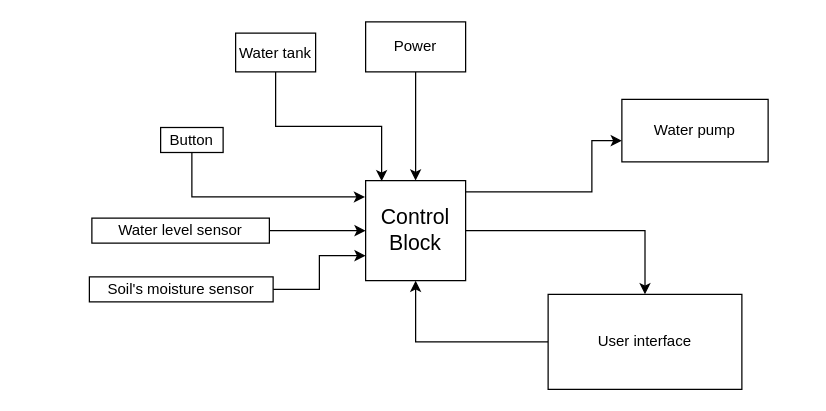
Earlier version of the draw.io diagram Untitled Diagram.drawio (anhkhangluu/test-project). Source tidied: cells renumbered, new cells numbered last; positions are measured from the earlier drawing's top-left corner, leaving out a move shared by most shapes. Both pictures are drawn from the tidied source at 125%, with x=0, y=0 at pixel (89, 21). Pictures stored in the file or linked from it are replaced by grey dashed boxes.
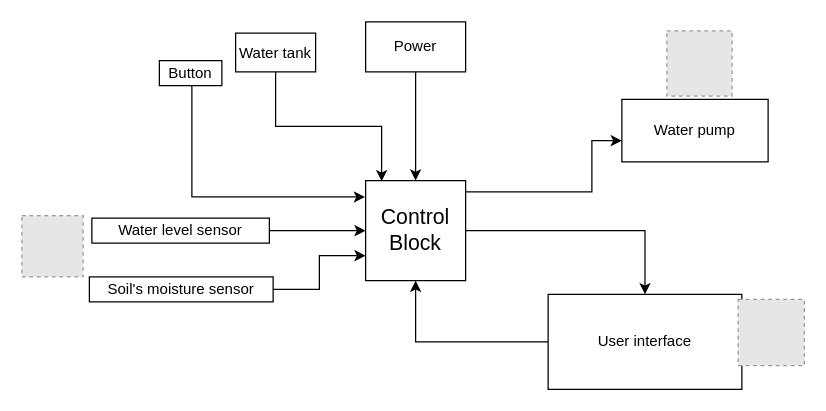
After the change.

Diff of the diagram source:
```diff
@@
     <mxCell id="6" value="Button" style="rounded=0;whiteSpace=wrap;html=1;" parent="1" vertex="1">
-      <mxGeometry x="57" y="84.5" width="50" height="20" as="geometry" />
+      <mxGeometry x="56" y="31" width="50" height="20" as="geometry" />
     </mxCell>
@@
+    <mxCell id="18" style="fillColor=#E6E6E6;strokeColor=#999999;dashed=1;verticalLabelPosition=bottom;labelBackgroundColor=#ffffff;verticalAlign=top;" parent="1" vertex="1">
+      <mxGeometry x="-54" y="155" width="49" height="49" as="geometry" />
+    </mxCell>
+    <mxCell id="19" style="fillColor=#E6E6E6;strokeColor=#999999;dashed=1;verticalLabelPosition=bottom;labelBackgroundColor=#ffffff;verticalAlign=top;" parent="1" vertex="1">
+      <mxGeometry x="462" y="7.2" width="52.2" height="52.2" as="geometry" />
+    </mxCell>
+    <mxCell id="20" style="fillColor=#E6E6E6;strokeColor=#999999;dashed=1;verticalLabelPosition=bottom;labelBackgroundColor=#ffffff;verticalAlign=top;" parent="1" vertex="1">
+      <mxGeometry x="519" y="222" width="53" height="53" as="geometry" />
+    </mxCell>
```
